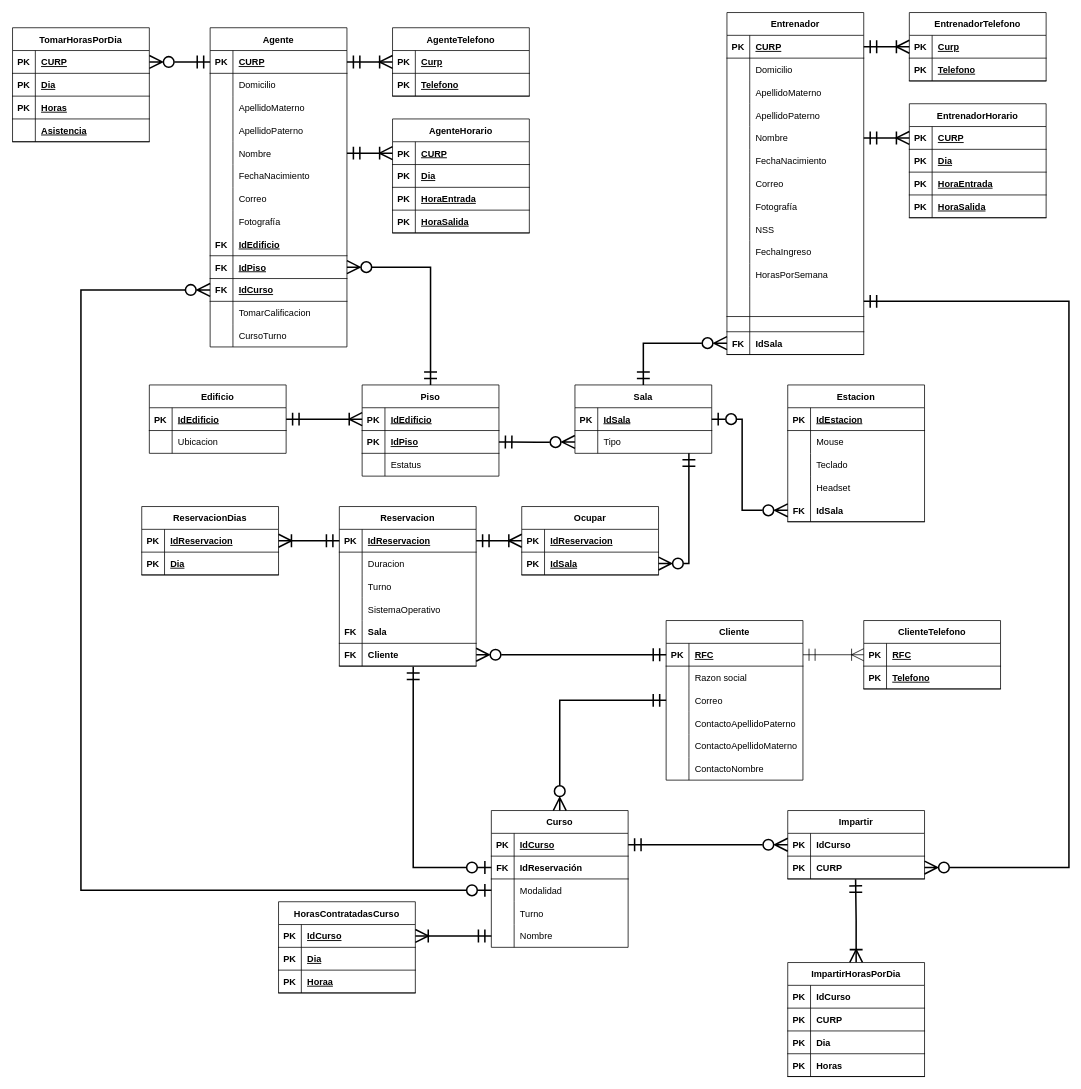
Above: ProyectoFinal/Diagramas/Relacional.drawio in frgaray/FBD-2023-1 (draw.io), before the change. Source tidied: cells renumbered, new cells numbered last; positions are measured from the earlier drawing's top-left corner, leaving out a move shared by most shapes. Both pictures are drawn from the tidied source at 76%, with x=0, y=0 at pixel (12, 12).
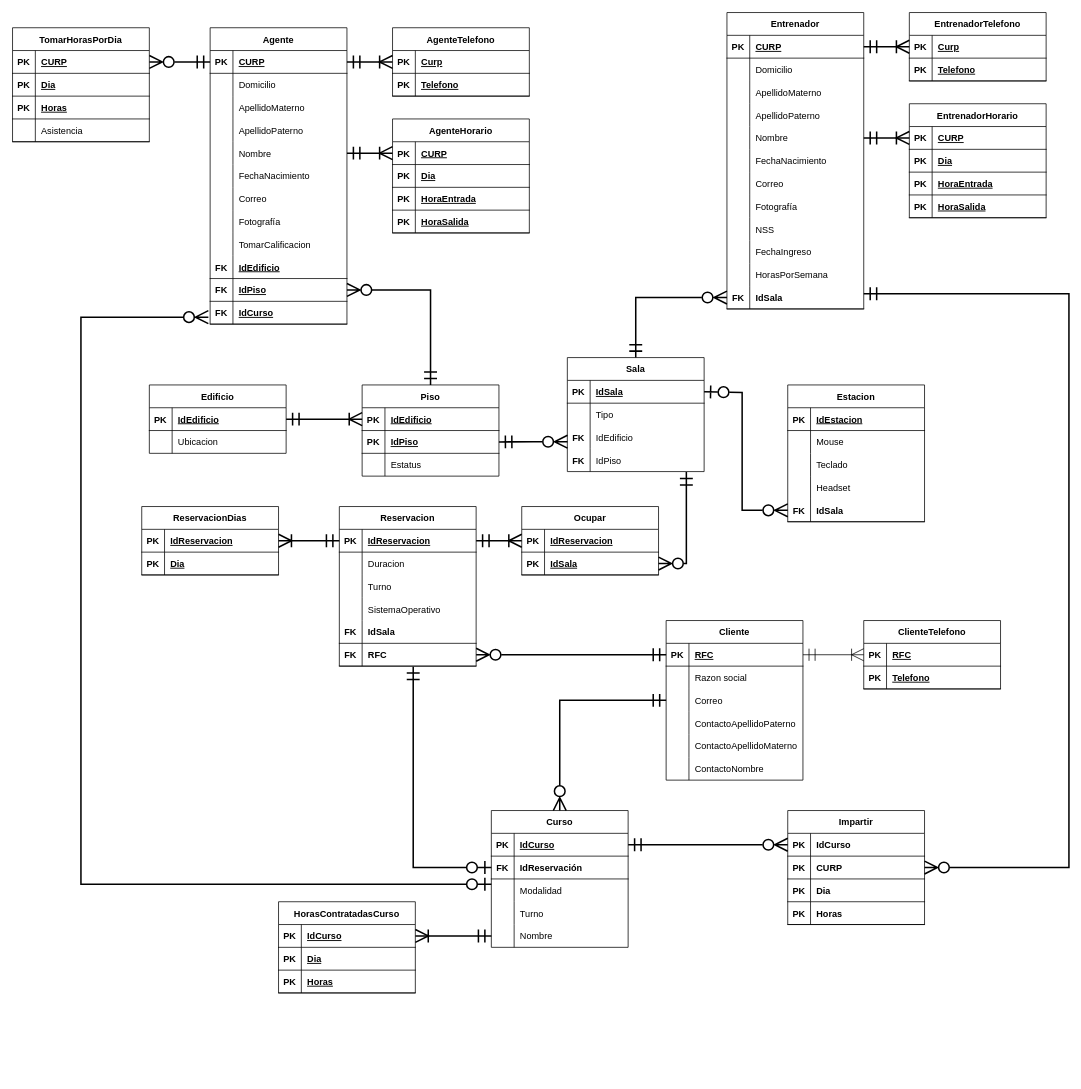
The same diagram, later.

The change refers to these unchanged cells:
```xml
<mxCell id="13" style="shape=tableRow;horizontal=0;startSize=0;swimlaneHead=0;swimlaneBody=0;fillColor=none;points=[[0,0.5],[1,0.5]];portConstraint=eastwest;top=0;left=0;right=0;bottom=1;" parent="9" vertex="1">
  <mxGeometry y="60" width="180" height="30" as="geometry" />
</mxCell>
<mxCell id="21" style="shape=tableRow;horizontal=0;startSize=0;swimlaneHead=0;swimlaneBody=0;fillColor=none;points=[[0,0.5],[1,0.5]];portConstraint=eastwest;top=0;left=0;right=0;bottom=1;" parent="20" vertex="1">
  <mxGeometry y="30" width="180" height="30" as="geometry" />
</mxCell>
<mxCell id="24" style="shape=tableRow;horizontal=0;startSize=0;swimlaneHead=0;swimlaneBody=0;fillColor=none;points=[[0,0.5],[1,0.5]];portConstraint=eastwest;top=0;left=0;right=0;bottom=0;" parent="20" vertex="1">
  <mxGeometry y="60" width="180" height="30" as="geometry" />
</mxCell>
<mxCell id="41" style="shape=tableRow;horizontal=0;startSize=0;swimlaneHead=0;swimlaneBody=0;fillColor=none;points=[[0,0.5],[1,0.5]];portConstraint=eastwest;top=0;left=0;right=0;bottom=1;" parent="28" vertex="1">
  <mxGeometry y="150" width="180" height="30" as="geometry" />
</mxCell>
<mxCell id="73" style="shape=tableRow;horizontal=0;startSize=0;swimlaneHead=0;swimlaneBody=0;fillColor=none;points=[[0,0.5],[1,0.5]];portConstraint=eastwest;top=0;left=0;right=0;bottom=1;" parent="72" vertex="1">
  <mxGeometry y="30" width="180" height="30" as="geometry" />
</mxCell>
<mxCell id="79" style="shape=tableRow;horizontal=0;startSize=0;swimlaneHead=0;swimlaneBody=0;fillColor=none;points=[[0,0.5],[1,0.5]];portConstraint=eastwest;top=0;left=0;right=0;bottom=0;" parent="72" vertex="1">
  <mxGeometry y="90" width="180" height="30" as="geometry" />
</mxCell>
<mxCell id="230" style="shape=tableRow;horizontal=0;startSize=0;swimlaneHead=0;swimlaneBody=0;fillColor=none;top=0;left=0;right=0;bottom=1;" parent="217" vertex="1">
  <mxGeometry y="150" width="180" height="30" as="geometry" />
</mxCell>
<mxCell id="233" style="shape=tableRow;horizontal=0;startSize=0;swimlaneHead=0;swimlaneBody=0;fillColor=none;points=[[0,0.5],[1,0.5]];portConstraint=eastwest;top=0;left=0;right=0;bottom=1;" parent="217" vertex="1">
  <mxGeometry y="180" width="180" height="30" as="geometry" />
</mxCell>
<mxCell id="249" style="shape=tableRow;horizontal=0;startSize=0;swimlaneHead=0;swimlaneBody=0;fillColor=none;points=[[0,0.5],[1,0.5]];portConstraint=eastwest;top=0;left=0;right=0;bottom=1;" parent="245" vertex="1">
  <mxGeometry y="60" width="180" height="30" as="geometry" />
</mxCell>
<mxCell id="262" style="shape=tableRow;horizontal=0;startSize=0;swimlaneHead=0;swimlaneBody=0;fillColor=none;top=0;left=0;right=0;bottom=1;" parent="255" vertex="1">
  <mxGeometry y="90" width="180" height="30" as="geometry" />
</mxCell>
<mxCell id="278" style="shape=tableRow;horizontal=0;startSize=0;swimlaneHead=0;swimlaneBody=0;fillColor=none;points=[[0,0.5],[1,0.5]];portConstraint=eastwest;top=0;left=0;right=0;bottom=1;" parent="277" vertex="1">
  <mxGeometry y="30" width="180" height="30" as="geometry" />
</mxCell>
<mxCell id="281" style="shape=tableRow;horizontal=0;startSize=0;swimlaneHead=0;swimlaneBody=0;fillColor=none;points=[[0,0.5],[1,0.5]];portConstraint=eastwest;top=0;left=0;right=0;bottom=1;" parent="277" vertex="1">
  <mxGeometry y="60" width="180" height="30" as="geometry" />
</mxCell>
<mxCell id="300" style="shape=tableRow;horizontal=0;startSize=0;swimlaneHead=0;swimlaneBody=0;fillColor=none;top=0;left=0;right=0;bottom=1;" parent="290" vertex="1">
  <mxGeometry y="120" width="180" height="30" as="geometry" />
</mxCell>
```

Diff of the diagram source:
```diff
@@
     <mxCell id="20" value="Sala" style="shape=table;startSize=30;childLayout=tableLayout;rowLines=0;fontStyle=1;align=center;" parent="1" vertex="1">
-      <mxGeometry x="740" y="490" width="180" height="90" as="geometry" />
+      <mxGeometry x="730" y="454" width="180" height="150" as="geometry" />
     </mxCell>
@@
+    <mxCell id="305" style="shape=tableRow;horizontal=0;startSize=0;swimlaneHead=0;swimlaneBody=0;fillColor=none;points=[[0,0.5],[1,0.5]];portConstraint=eastwest;top=0;left=0;right=0;bottom=0;" parent="20" vertex="1">
+      <mxGeometry y="90" width="180" height="30" as="geometry" />
+    </mxCell>
+    <mxCell id="306" value="FK" style="shape=partialRectangle;fillColor=none;top=0;left=0;bottom=0;right=0;overflow=hidden;fontStyle=1;" parent="305" vertex="1">
+      <mxGeometry width="30" height="30" as="geometry" />
+    </mxCell>
+    <mxCell id="307" value="IdEdificio" style="shape=partialRectangle;fillColor=none;top=0;left=0;bottom=0;right=0;align=left;spacingLeft=6;overflow=hidden;" parent="305" vertex="1">
+      <mxGeometry x="30" width="150" height="30" as="geometry" />
+    </mxCell>
+    <mxCell id="308" style="shape=tableRow;horizontal=0;startSize=0;swimlaneHead=0;swimlaneBody=0;fillColor=none;points=[[0,0.5],[1,0.5]];portConstraint=eastwest;top=0;left=0;right=0;bottom=0;" parent="20" vertex="1">
+      <mxGeometry y="120" width="180" height="30" as="geometry" />
+    </mxCell>
+    <mxCell id="309" value="FK" style="shape=partialRectangle;fillColor=none;top=0;left=0;bottom=0;right=0;overflow=hidden;fontStyle=1;" parent="308" vertex="1">
+      <mxGeometry width="30" height="30" as="geometry" />
+    </mxCell>
+    <mxCell id="310" value="IdPiso" style="shape=partialRectangle;fillColor=none;top=0;left=0;bottom=0;right=0;align=left;spacingLeft=6;overflow=hidden;" parent="308" vertex="1">
+      <mxGeometry x="30" width="150" height="30" as="geometry" />
+    </mxCell>
-    <mxCell id="27" style="edgeStyle=orthogonalEdgeStyle;rounded=0;jettySize=auto;html=1;exitX=0;exitY=0.5;exitDx=0;exitDy=0;entryX=1;entryY=0.5;entryDx=0;entryDy=0;startArrow=ERzeroToMany;startFill=0;endArrow=ERmandOne;endFill=0;startSize=14;endSize=14;strokeWidth=2;" parent="1" edge="1" target="13">
-      <mxGeometry relative="1" as="geometry">
-        <mxPoint x="740" y="565" as="sourcePoint" />
-      </mxGeometry>
+    <mxCell id="27" style="edgeStyle=orthogonalEdgeStyle;rounded=0;jettySize=auto;html=1;exitX=0.001;exitY=0.69;exitDx=0;exitDy=0;entryX=1;entryY=0.5;entryDx=0;entryDy=0;startArrow=ERzeroToMany;startFill=0;endArrow=ERmandOne;endFill=0;startSize=14;endSize=14;strokeWidth=2;exitPerimeter=0;" parent="1" edge="1" source="305" target="13">
+      <mxGeometry relative="1" as="geometry" />
     </mxCell>
@@
     <mxCell id="44" style="edgeStyle=orthogonalEdgeStyle;rounded=0;jettySize=auto;html=1;exitX=0;exitY=0.5;exitDx=0;exitDy=0;startArrow=ERzeroToMany;startFill=0;endArrow=ERzeroToOne;endFill=0;startSize=14;endSize=14;entryX=1;entryY=0.5;entryDx=0;entryDy=0;strokeWidth=2;" parent="1" edge="1" source="41" target="21">
       <mxGeometry relative="1" as="geometry">
         <Array as="points">
           <mxPoint x="960" y="655" />
-          <mxPoint x="960" y="535" />
+          <mxPoint x="960" y="500" />
+          <mxPoint x="910" y="500" />
         </Array>
       </mxGeometry>
     </mxCell>
@@
     <mxCell id="88" value="Agente" style="shape=table;startSize=30;childLayout=tableLayout;rowLines=0;fontStyle=1;align=center;" parent="1" vertex="1">
-      <mxGeometry x="260" y="20" width="180" height="420" as="geometry" />
+      <mxGeometry x="260" y="20" width="180" height="390" as="geometry" />
     </mxCell>
@@
+    <mxCell id="122" style="shape=tableRow;horizontal=0;startSize=0;swimlaneHead=0;swimlaneBody=0;fillColor=none;top=0;left=0;right=0;bottom=0;" parent="88" vertex="1">
+      <mxGeometry y="270" width="180" height="30" as="geometry" />
+    </mxCell>
+    <mxCell id="123" style="shape=partialRectangle;fillColor=none;top=0;left=0;bottom=0;right=0;overflow=hidden;" parent="122" vertex="1">
+      <mxGeometry width="30" height="30" as="geometry" />
+    </mxCell>
+    <mxCell id="124" value="TomarCalificacion" style="shape=partialRectangle;fillColor=none;top=0;left=0;bottom=0;right=0;align=left;spacingLeft=6;overflow=hidden;" parent="122" vertex="1">
+      <mxGeometry x="30" width="150" height="30" as="geometry" />
+    </mxCell>
     <mxCell id="113" style="shape=tableRow;horizontal=0;startSize=0;swimlaneHead=0;swimlaneBody=0;fillColor=none;top=0;left=0;right=0;bottom=1;" parent="88" vertex="1">
-      <mxGeometry y="270" width="180" height="30" as="geometry" />
+      <mxGeometry y="300" width="180" height="30" as="geometry" />
     </mxCell>
@@
     <mxCell id="116" style="shape=tableRow;horizontal=0;startSize=0;swimlaneHead=0;swimlaneBody=0;fillColor=none;points=[[0,0.5],[1,0.5]];portConstraint=eastwest;top=0;left=0;right=0;bottom=1;" parent="88" vertex="1">
-      <mxGeometry y="300" width="180" height="30" as="geometry" />
+      <mxGeometry y="330" width="180" height="30" as="geometry" />
     </mxCell>
@@
     <mxCell id="119" style="shape=tableRow;horizontal=0;startSize=0;swimlaneHead=0;swimlaneBody=0;fillColor=none;points=[[0,0.5],[1,0.5]];portConstraint=eastwest;top=0;left=0;right=0;bottom=1;" parent="88" vertex="1">
-      <mxGeometry y="330" width="180" height="30" as="geometry" />
+      <mxGeometry y="360" width="180" height="30" as="geometry" />
     </mxCell>
@@
-    <mxCell id="122" style="shape=tableRow;horizontal=0;startSize=0;swimlaneHead=0;swimlaneBody=0;fillColor=none;top=0;left=0;right=0;bottom=0;" parent="88" vertex="1">
-      <mxGeometry y="360" width="180" height="30" as="geometry" />
-    </mxCell>
-    <mxCell id="123" style="shape=partialRectangle;fillColor=none;top=0;left=0;bottom=0;right=0;overflow=hidden;" parent="122" vertex="1">
-      <mxGeometry width="30" height="30" as="geometry" />
-    </mxCell>
-    <mxCell id="124" value="TomarCalificacion" style="shape=partialRectangle;fillColor=none;top=0;left=0;bottom=0;right=0;align=left;spacingLeft=6;overflow=hidden;" parent="122" vertex="1">
-      <mxGeometry x="30" width="150" height="30" as="geometry" />
-    </mxCell>
-    <mxCell id="125" style="shape=tableRow;horizontal=0;startSize=0;swimlaneHead=0;swimlaneBody=0;fillColor=none;top=0;left=0;right=0;bottom=0;" parent="88" vertex="1">
-      <mxGeometry y="390" width="180" height="30" as="geometry" />
-    </mxCell>
-    <mxCell id="126" style="shape=partialRectangle;fillColor=none;top=0;left=0;bottom=0;right=0;overflow=hidden;" parent="125" vertex="1">
-      <mxGeometry width="30" height="30" as="geometry" />
-    </mxCell>
-    <mxCell id="127" value="CursoTurno" style="shape=partialRectangle;fillColor=none;top=0;left=0;bottom=0;right=0;align=left;spacingLeft=6;overflow=hidden;" parent="125" vertex="1">
-      <mxGeometry x="30" width="150" height="30" as="geometry" />
-    </mxCell>
@@
     <mxCell id="136" value="Entrenador" style="shape=table;startSize=30;childLayout=tableLayout;rowLines=0;fontStyle=1;align=center;" parent="1" vertex="1">
-      <mxGeometry x="940" width="180" height="450" as="geometry" />
+      <mxGeometry x="940" width="180" height="390" as="geometry" />
     </mxCell>
@@
-    <mxCell id="170" style="shape=tableRow;horizontal=0;startSize=0;swimlaneHead=0;swimlaneBody=0;fillColor=none;points=[[0,0.5],[1,0.5]];portConstraint=eastwest;top=0;left=0;right=0;bottom=1;" parent="136" vertex="1">
-      <mxGeometry y="360" width="180" height="40" as="geometry" />
-    </mxCell>
-    <mxCell id="171" style="shape=partialRectangle;fillColor=none;top=0;left=0;bottom=0;right=0;fontStyle=1;overflow=hidden;" parent="170" vertex="1">
-      <mxGeometry width="30" height="40" as="geometry" />
-    </mxCell>
-    <mxCell id="172" style="shape=partialRectangle;fillColor=none;top=0;left=0;bottom=0;right=0;align=left;spacingLeft=6;fontStyle=1;overflow=hidden;" parent="170" vertex="1">
-      <mxGeometry x="30" width="150" height="40" as="geometry" />
-    </mxCell>
-    <mxCell id="173" style="shape=tableRow;horizontal=0;startSize=0;swimlaneHead=0;swimlaneBody=0;fillColor=none;top=0;left=0;right=0;bottom=1;" parent="136" vertex="1">
-      <mxGeometry y="400" width="180" height="20" as="geometry" />
-    </mxCell>
-    <mxCell id="174" style="shape=partialRectangle;fillColor=none;top=0;left=0;bottom=0;right=0;fontStyle=1;overflow=hidden;" parent="173" vertex="1">
-      <mxGeometry width="30" height="20" as="geometry" />
-    </mxCell>
-    <mxCell id="175" style="shape=partialRectangle;fillColor=none;top=0;left=0;bottom=0;right=0;align=left;spacingLeft=6;fontStyle=1;overflow=hidden;" parent="173" vertex="1">
-      <mxGeometry x="30" width="150" height="20" as="geometry" />
-    </mxCell>
     <mxCell id="176" style="shape=tableRow;horizontal=0;startSize=0;swimlaneHead=0;swimlaneBody=0;fillColor=none;points=[[0,0.5],[1,0.5]];portConstraint=eastwest;top=0;left=0;right=0;bottom=1;" parent="136" vertex="1">
-      <mxGeometry y="420" width="180" height="30" as="geometry" />
+      <mxGeometry y="360" width="180" height="30" as="geometry" />
     </mxCell>
@@
-    <mxCell id="232" value="Sala" style="shape=partialRectangle;fillColor=none;top=0;left=0;bottom=0;right=0;align=left;spacingLeft=6;fontStyle=1;overflow=hidden;" parent="230" vertex="1">
+    <mxCell id="232" value="IdSala" style="shape=partialRectangle;fillColor=none;top=0;left=0;bottom=0;right=0;align=left;spacingLeft=6;fontStyle=1;overflow=hidden;" parent="230" vertex="1">
       <mxGeometry x="30" width="150" height="30" as="geometry" />
     </mxCell>
@@
-    <mxCell id="235" value="Cliente" style="shape=partialRectangle;fillColor=none;top=0;left=0;bottom=0;right=0;align=left;spacingLeft=6;fontStyle=1;overflow=hidden;" parent="233" vertex="1">
+    <mxCell id="235" value="RFC" style="shape=partialRectangle;fillColor=none;top=0;left=0;bottom=0;right=0;align=left;spacingLeft=6;fontStyle=1;overflow=hidden;" parent="233" vertex="1">
       <mxGeometry x="30" width="150" height="30" as="geometry" />
     </mxCell>
@@
-    <mxCell id="253" style="edgeStyle=orthogonalEdgeStyle;rounded=0;jettySize=auto;html=1;exitX=1;exitY=0.5;exitDx=0;exitDy=0;entryX=0.833;entryY=1;entryDx=0;entryDy=0;entryPerimeter=0;strokeWidth=2;startArrow=ERzeroToMany;startFill=0;endArrow=ERmandOne;endFill=0;startSize=14;endSize=14;" parent="1" edge="1" source="249" target="24">
+    <mxCell id="253" style="edgeStyle=orthogonalEdgeStyle;rounded=0;jettySize=auto;html=1;exitX=1;exitY=0.5;exitDx=0;exitDy=0;entryX=0.87;entryY=1.023;entryDx=0;entryDy=0;entryPerimeter=0;strokeWidth=2;startArrow=ERzeroToMany;startFill=0;endArrow=ERmandOne;endFill=0;startSize=14;endSize=14;" parent="1" edge="1" source="249" target="308">
       <mxGeometry relative="1" as="geometry" />
     </mxCell>
@@
-    <mxCell id="264" value="Horaa" style="shape=partialRectangle;fillColor=none;top=0;left=0;bottom=0;right=0;align=left;spacingLeft=6;fontStyle=5;overflow=hidden;" parent="262" vertex="1">
+    <mxCell id="264" value="Horas" style="shape=partialRectangle;fillColor=none;top=0;left=0;bottom=0;right=0;align=left;spacingLeft=6;fontStyle=5;overflow=hidden;" parent="262" vertex="1">
       <mxGeometry x="30" width="150" height="30" as="geometry" />
     </mxCell>
@@
-    <mxCell id="267" value="Impartir" style="shape=table;startSize=30;childLayout=tableLayout;rowLines=0;fontStyle=1;align=center;" parent="1" vertex="1">
-      <mxGeometry x="1020" y="1050" width="180" height="90" as="geometry" />
-    </mxCell>
-    <mxCell id="268" style="shape=tableRow;horizontal=0;startSize=0;swimlaneHead=0;swimlaneBody=0;fillColor=none;points=[[0,0.5],[1,0.5]];portConstraint=eastwest;top=0;left=0;right=0;bottom=1;" parent="267" vertex="1">
-      <mxGeometry y="30" width="180" height="30" as="geometry" />
-    </mxCell>
-    <mxCell id="269" value="PK" style="shape=partialRectangle;fillColor=none;top=0;left=0;bottom=0;right=0;fontStyle=1;overflow=hidden;" parent="268" vertex="1">
-      <mxGeometry width="30" height="30" as="geometry" />
-    </mxCell>
-    <mxCell id="270" value="IdCurso" style="shape=partialRectangle;fillColor=none;top=0;left=0;bottom=0;right=0;align=left;spacingLeft=6;fontStyle=1;overflow=hidden;" parent="268" vertex="1">
-      <mxGeometry x="30" width="150" height="30" as="geometry" />
-    </mxCell>
-    <mxCell id="271" style="shape=tableRow;horizontal=0;startSize=0;swimlaneHead=0;swimlaneBody=0;fillColor=none;points=[[0,0.5],[1,0.5]];portConstraint=eastwest;top=0;left=0;right=0;bottom=1;" parent="267" vertex="1">
-      <mxGeometry y="60" width="180" height="30" as="geometry" />
-    </mxCell>
-    <mxCell id="272" value="PK" style="shape=partialRectangle;fillColor=none;top=0;left=0;bottom=0;right=0;fontStyle=1;overflow=hidden;" parent="271" vertex="1">
-      <mxGeometry width="30" height="30" as="geometry" />
-    </mxCell>
-    <mxCell id="273" value="CURP" style="shape=partialRectangle;fillColor=none;top=0;left=0;bottom=0;right=0;align=left;spacingLeft=6;fontStyle=1;overflow=hidden;" parent="271" vertex="1">
-      <mxGeometry x="30" width="150" height="30" as="geometry" />
-    </mxCell>
-    <mxCell id="274" style="edgeStyle=orthogonalEdgeStyle;rounded=0;jettySize=auto;html=1;exitX=0;exitY=0.5;exitDx=0;exitDy=0;entryX=1;entryY=0.5;entryDx=0;entryDy=0;strokeWidth=2;startArrow=ERzeroToMany;startFill=0;endArrow=ERmandOne;endFill=0;startSize=14;endSize=14;" parent="1" edge="1" source="268" target="73">
+    <mxCell id="274" style="edgeStyle=orthogonalEdgeStyle;rounded=0;jettySize=auto;html=1;exitX=0;exitY=0.5;exitDx=0;exitDy=0;entryX=1;entryY=0.5;entryDx=0;entryDy=0;strokeWidth=2;startArrow=ERzeroToMany;startFill=0;endArrow=ERmandOne;endFill=0;startSize=14;endSize=14;" parent="1" edge="1" source="278" target="73">
       <mxGeometry relative="1" as="geometry" />
     </mxCell>
-    <mxCell id="275" style="edgeStyle=orthogonalEdgeStyle;rounded=0;jettySize=auto;html=1;exitX=1;exitY=0.5;exitDx=0;exitDy=0;entryX=1;entryY=0.5;entryDx=0;entryDy=0;strokeWidth=2;startArrow=ERzeroToMany;startFill=0;endArrow=ERmandOne;endFill=0;startSize=14;endSize=14;" parent="1" edge="1" source="271" target="170">
+    <mxCell id="275" style="edgeStyle=orthogonalEdgeStyle;rounded=0;jettySize=auto;html=1;entryX=1;entryY=0.5;entryDx=0;entryDy=0;strokeWidth=2;startArrow=ERzeroToMany;startFill=0;endArrow=ERmandOne;endFill=0;startSize=14;endSize=14;" parent="1" edge="1" source="281">
       <mxGeometry relative="1" as="geometry">
+        <mxPoint x="1120" y="370" as="targetPoint" />
         <Array as="points">
           <mxPoint x="1390" y="1125" />
-          <mxPoint x="1390" y="380" />
+          <mxPoint x="1390" y="370" />
         </Array>
       </mxGeometry>
     </mxCell>
-    <mxCell id="276" style="edgeStyle=orthogonalEdgeStyle;rounded=0;jettySize=auto;html=1;exitX=0.5;exitY=0;exitDx=0;exitDy=0;entryX=0.496;entryY=1.018;entryDx=0;entryDy=0;entryPerimeter=0;strokeWidth=2;startArrow=ERoneToMany;startFill=0;endArrow=ERmandOne;endFill=0;startSize=14;endSize=14;" parent="1" edge="1" source="277" target="271">
-      <mxGeometry relative="1" as="geometry" />
-    </mxCell>
-    <mxCell id="277" value="ImpartirHorasPorDia" style="shape=table;startSize=30;childLayout=tableLayout;rowLines=0;fontStyle=1;align=center;" parent="1" vertex="1">
-      <mxGeometry x="1020" y="1250" width="180" height="150" as="geometry" />
+    <mxCell id="277" value="Impartir" style="shape=table;startSize=30;childLayout=tableLayout;rowLines=0;fontStyle=1;align=center;" parent="1" vertex="1">
+      <mxGeometry x="1020" y="1050" width="180" height="150" as="geometry" />
     </mxCell>
@@
-    <mxCell id="302" value="Asistencia" style="shape=partialRectangle;fillColor=none;top=0;left=0;bottom=0;right=0;align=left;spacingLeft=6;fontStyle=5;overflow=hidden;" parent="300" vertex="1">
+    <mxCell id="302" value="Asistencia" style="shape=partialRectangle;fillColor=none;top=0;left=0;bottom=0;right=0;align=left;spacingLeft=6;fontStyle=0;overflow=hidden;" parent="300" vertex="1">
       <mxGeometry x="30" width="150" height="30" as="geometry" />
     </mxCell>
@@
-    <mxCell id="304" style="edgeStyle=orthogonalEdgeStyle;rounded=0;jettySize=auto;html=1;exitX=0;exitY=0.5;exitDx=0;exitDy=0;entryX=0;entryY=0.5;entryDx=0;entryDy=0;strokeWidth=2;startArrow=ERzeroToOne;startFill=0;endArrow=ERzeroToMany;endFill=0;startSize=14;endSize=14;" parent="1" edge="1" source="79" target="119">
+    <mxCell id="304" style="edgeStyle=orthogonalEdgeStyle;rounded=0;jettySize=auto;html=1;exitX=0;exitY=0.5;exitDx=0;exitDy=0;strokeWidth=2;startArrow=ERzeroToOne;startFill=0;endArrow=ERzeroToMany;endFill=0;startSize=14;endSize=14;entryX=-0.013;entryY=0.693;entryDx=0;entryDy=0;entryPerimeter=0;" parent="1" edge="1" target="119">
       <mxGeometry relative="1" as="geometry">
+        <mxPoint x="630" y="1147" as="sourcePoint" />
         <Array as="points">
-          <mxPoint x="90" y="1155" />
-          <mxPoint x="90" y="365" />
+          <mxPoint x="90" y="1147" />
+          <mxPoint x="90" y="400" />
+          <mxPoint x="258" y="400" />
         </Array>
       </mxGeometry>
     </mxCell>
```
